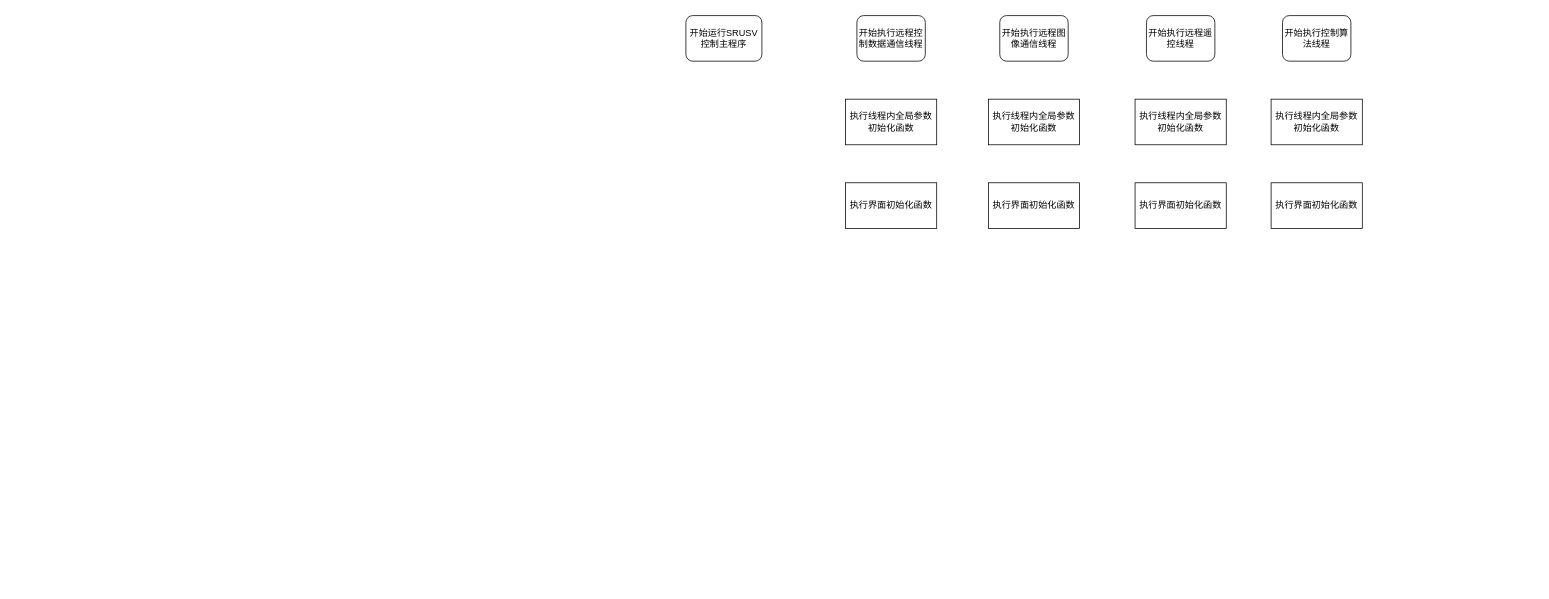
Above: 王逸琪第五章/未命名绘图.drawio in shijianhaikey/Drawio (draw.io), before the change. Source tidied: cells renumbered, new cells numbered last; positions are measured from the earlier drawing's top-left corner, leaving out a move shared by most shapes. Both pictures are drawn from the tidied source at 76%, with x=0, y=0 at pixel (686, 15).
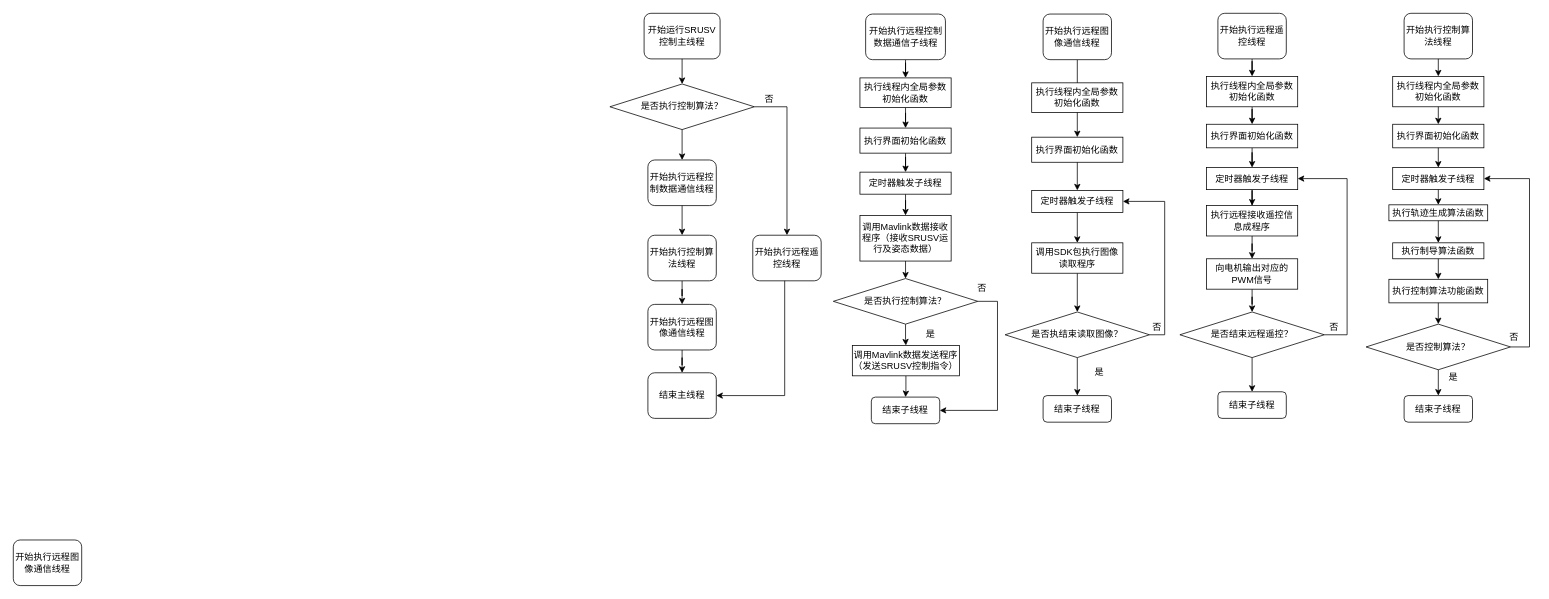
After the change.

Commit message:
更新未命名绘图.drawio

What changed in the source:
```diff
@@
+    <mxCell id="15" style="edgeStyle=orthogonalEdgeStyle;rounded=0;jettySize=auto;html=1;" parent="1" edge="1" source="2" target="3">
+      <mxGeometry relative="1" as="geometry" />
+    </mxCell>
-    <mxCell id="2" value="开始执行远程控制数据通信线程" style="rounded=1;whiteSpace=wrap;html=1;" parent="1" vertex="1">
-      <mxGeometry x="225" width="90" height="60" as="geometry" />
+    <mxCell id="2" value="开始执行远程控制数据通信子线程" style="rounded=1;whiteSpace=wrap;html=1;" parent="1" vertex="1">
+      <mxGeometry x="236.5" y="-2" width="105" height="60" as="geometry" />
     </mxCell>
+    <mxCell id="16" style="edgeStyle=orthogonalEdgeStyle;rounded=0;jettySize=auto;html=1;entryX=0.5;entryY=0;entryDx=0;entryDy=0;" parent="1" edge="1" source="3" target="4">
+      <mxGeometry relative="1" as="geometry" />
+    </mxCell>
     <mxCell id="3" value="执行线程内全局参数初始化函数" style="rounded=0;whiteSpace=wrap;html=1;" parent="1" vertex="1">
-      <mxGeometry x="210" y="110" width="120" height="60" as="geometry" />
+      <mxGeometry x="229" y="82" width="120" height="39" as="geometry" />
     </mxCell>
+    <mxCell id="17" style="edgeStyle=orthogonalEdgeStyle;rounded=0;jettySize=auto;html=1;" parent="1" edge="1" source="4" target="39">
+      <mxGeometry relative="1" as="geometry" />
+    </mxCell>
     <mxCell id="4" value="执行界面初始化函数" style="rounded=0;whiteSpace=wrap;html=1;" parent="1" vertex="1">
-      <mxGeometry x="210" y="220" width="120" height="60" as="geometry" />
+      <mxGeometry x="229" y="148" width="120" height="33" as="geometry" />
     </mxCell>
+    <mxCell id="18" style="edgeStyle=orthogonalEdgeStyle;rounded=0;jettySize=auto;html=1;" parent="1" edge="1" source="5" target="48">
+      <mxGeometry relative="1" as="geometry" />
+    </mxCell>
     <mxCell id="5" value="开始执行远程图像通信线程" style="rounded=1;whiteSpace=wrap;html=1;" parent="1" vertex="1">
-      <mxGeometry x="413" width="90" height="60" as="geometry" />
+      <mxGeometry x="470" y="-2" width="90" height="60" as="geometry" />
     </mxCell>
-    <mxCell id="6" value="执行线程内全局参数初始化函数" style="rounded=0;whiteSpace=wrap;html=1;" parent="1" vertex="1">
-      <mxGeometry x="398" y="110" width="120" height="60" as="geometry" />
-    </mxCell>
-    <mxCell id="7" value="执行界面初始化函数" style="rounded=0;whiteSpace=wrap;html=1;" parent="1" vertex="1">
-      <mxGeometry x="398" y="220" width="120" height="60" as="geometry" />
-    </mxCell>
+    <mxCell id="19" style="edgeStyle=orthogonalEdgeStyle;rounded=0;jettySize=auto;html=1;" parent="1" edge="1" source="8" target="9">
+      <mxGeometry relative="1" as="geometry" />
+    </mxCell>
     <mxCell id="8" value="开始执行远程遥控线程" style="rounded=1;whiteSpace=wrap;html=1;" parent="1" vertex="1">
-      <mxGeometry x="606" width="90" height="60" as="geometry" />
+      <mxGeometry x="700" y="-3" width="90" height="60" as="geometry" />
     </mxCell>
+    <mxCell id="20" style="edgeStyle=orthogonalEdgeStyle;rounded=0;jettySize=auto;html=1;" parent="1" edge="1" source="9" target="10">
+      <mxGeometry relative="1" as="geometry" />
+    </mxCell>
     <mxCell id="9" value="执行线程内全局参数初始化函数" style="rounded=0;whiteSpace=wrap;html=1;" parent="1" vertex="1">
-      <mxGeometry x="591" y="110" width="120" height="60" as="geometry" />
+      <mxGeometry x="685" y="80" width="120" height="40" as="geometry" />
     </mxCell>
+    <mxCell id="21" style="edgeStyle=orthogonalEdgeStyle;rounded=0;jettySize=auto;html=1;" parent="1" edge="1" source="10" target="63">
+      <mxGeometry relative="1" as="geometry" />
+    </mxCell>
     <mxCell id="10" value="执行界面初始化函数" style="rounded=0;whiteSpace=wrap;html=1;" parent="1" vertex="1">
-      <mxGeometry x="591" y="220" width="120" height="60" as="geometry" />
+      <mxGeometry x="685" y="143" width="120" height="31" as="geometry" />
     </mxCell>
     <mxCell id="11" value="开始执行控制算法线程" style="rounded=1;whiteSpace=wrap;html=1;" parent="1" vertex="1">
-      <mxGeometry x="785" width="90" height="60" as="geometry" />
+      <mxGeometry x="945" y="-3" width="90" height="60" as="geometry" />
     </mxCell>
-    <mxCell id="12" value="执行线程内全局参数初始化函数" style="rounded=0;whiteSpace=wrap;html=1;" parent="1" vertex="1">
-      <mxGeometry x="770" y="110" width="120" height="60" as="geometry" />
-    </mxCell>
-    <mxCell id="13" value="执行界面初始化函数" style="rounded=0;whiteSpace=wrap;html=1;" parent="1" vertex="1">
-      <mxGeometry x="770" y="220" width="120" height="60" as="geometry" />
-    </mxCell>
-    <mxCell id="14" value="开始运行SRUSV控制主程序" style="rounded=1;whiteSpace=wrap;html=1;" parent="1" vertex="1">
-      <mxGeometry width="100" height="60" as="geometry" />
+    <mxCell id="14" value="开始运行SRUSV控制主线程" style="rounded=1;whiteSpace=wrap;html=1;" parent="1" vertex="1">
+      <mxGeometry x="-55" y="-3" width="100" height="60" as="geometry" />
     </mxCell>
+    <mxCell id="22" value="开始执行远程控制数据通信线程" style="rounded=1;whiteSpace=wrap;html=1;" parent="1" vertex="1">
+      <mxGeometry x="-50" y="190" width="90" height="60" as="geometry" />
+    </mxCell>
+    <mxCell id="23" value="是否执行控制算法？" style="rhombus;whiteSpace=wrap;html=1;" parent="1" vertex="1">
+      <mxGeometry x="-100" y="90" width="190" height="60" as="geometry" />
+    </mxCell>
+    <mxCell id="24" style="endArrow=classic;html=1;rounded=0;exitX=0.5;exitY=1;exitDx=0;exitDy=0;" parent="1" edge="1" source="23" target="22">
+      <mxGeometry relative="1" as="geometry" />
+    </mxCell>
+    <mxCell id="25" style="endArrow=classic;html=1;rounded=0;edgeStyle=elbowEdgeStyle;entryX=1;entryY=0.5;entryDx=0;entryDy=0;" parent="1" edge="1" target="37">
+      <mxGeometry relative="1" as="geometry">
+        <mxPoint x="130" y="348" as="sourcePoint" />
+        <Array as="points">
+          <mxPoint x="130" y="498" />
+        </Array>
+      </mxGeometry>
+    </mxCell>
+    <mxCell id="26" value="是" style="text;html=1;align=center;verticalAlign=middle;whiteSpace=wrap;rounded=0;" parent="1" vertex="1">
+      <mxGeometry x="301.5" y="410" width="40" height="20" as="geometry" />
+    </mxCell>
+    <mxCell id="27" value="否" style="text;html=1;align=center;verticalAlign=middle;whiteSpace=wrap;rounded=0;" parent="1" vertex="1">
+      <mxGeometry x="90" y="100" width="40" height="20" as="geometry" />
+    </mxCell>
+    <mxCell id="28" style="endArrow=classic;html=1;rounded=0;exitX=0.5;exitY=1;exitDx=0;exitDy=0;" parent="1" edge="1" source="22" target="34">
+      <mxGeometry relative="1" as="geometry" />
+    </mxCell>
+    <mxCell id="29" style="endArrow=classic;html=1;rounded=0;edgeStyle=orthogonalEdgeStyle;exitX=1;exitY=0.5;exitDx=0;exitDy=0;entryX=0.5;entryY=0;entryDx=0;entryDy=0;" parent="1" edge="1" source="23" target="30">
+      <mxGeometry relative="1" as="geometry" />
+    </mxCell>
+    <mxCell id="30" value="开始执行远程遥控线程" style="rounded=1;whiteSpace=wrap;html=1;" parent="1" vertex="1">
+      <mxGeometry x="88" y="289" width="90" height="60" as="geometry" />
+    </mxCell>
+    <mxCell id="31" style="endArrow=classic;html=1;rounded=0;exitX=0.5;exitY=1;exitDx=0;exitDy=0;entryX=0.5;entryY=0;entryDx=0;entryDy=0;" parent="1" edge="1" source="14" target="23">
+      <mxGeometry relative="1" as="geometry" />
+    </mxCell>
+    <mxCell id="32" value="开始执行远程图像通信线程" style="rounded=1;whiteSpace=wrap;html=1;" parent="1" vertex="1">
+      <mxGeometry x="-885" y="690" width="90" height="60" as="geometry" />
+    </mxCell>
+    <mxCell id="33" style="edgeStyle=orthogonalEdgeStyle;rounded=0;jettySize=auto;html=1;" parent="1" edge="1" source="34" target="36">
+      <mxGeometry relative="1" as="geometry" />
+    </mxCell>
+    <mxCell id="34" value="开始执行控制算法线程" style="rounded=1;whiteSpace=wrap;html=1;" parent="1" vertex="1">
+      <mxGeometry x="-50" y="289" width="90" height="60" as="geometry" />
+    </mxCell>
+    <mxCell id="35" style="edgeStyle=orthogonalEdgeStyle;rounded=0;jettySize=auto;html=1;" parent="1" edge="1" source="36" target="37">
+      <mxGeometry relative="1" as="geometry" />
+    </mxCell>
+    <mxCell id="36" value="开始执行远程图像通信线程" style="rounded=1;whiteSpace=wrap;html=1;" parent="1" vertex="1">
+      <mxGeometry x="-50" y="380" width="90" height="60" as="geometry" />
+    </mxCell>
+    <mxCell id="37" value="结束主线程" style="rounded=1;whiteSpace=wrap;html=1;" parent="1" vertex="1">
+      <mxGeometry x="-50" y="470" width="90" height="60" as="geometry" />
+    </mxCell>
+    <mxCell id="38" style="edgeStyle=orthogonalEdgeStyle;rounded=0;jettySize=auto;html=1;" parent="1" edge="1" source="39" target="40">
+      <mxGeometry relative="1" as="geometry" />
+    </mxCell>
+    <mxCell id="39" value="定时器触发子线程" style="rounded=0;whiteSpace=wrap;html=1;" parent="1" vertex="1">
+      <mxGeometry x="229" y="206" width="120" height="29" as="geometry" />
+    </mxCell>
+    <mxCell id="40" value="调用Mavlink数据接收程序（接收SRUSV运行及姿态数据）" style="rounded=0;whiteSpace=wrap;html=1;" parent="1" vertex="1">
+      <mxGeometry x="229" y="263" width="120" height="60" as="geometry" />
+    </mxCell>
+    <mxCell id="41" style="edgeStyle=orthogonalEdgeStyle;rounded=0;jettySize=auto;html=1;" parent="1" edge="1" source="42" target="46">
+      <mxGeometry relative="1" as="geometry" />
+    </mxCell>
+    <mxCell id="42" value="调用Mavlink数据发送程序（发送SRUSV控制指令）" style="rounded=0;whiteSpace=wrap;html=1;" parent="1" vertex="1">
+      <mxGeometry x="219" y="434" width="141" height="40" as="geometry" />
+    </mxCell>
+    <mxCell id="43" style="edgeStyle=orthogonalEdgeStyle;rounded=0;jettySize=auto;html=1;" parent="1" edge="1" source="44" target="42">
+      <mxGeometry relative="1" as="geometry" />
+    </mxCell>
+    <mxCell id="44" value="是否执行控制算法？" style="rhombus;whiteSpace=wrap;html=1;" parent="1" vertex="1">
+      <mxGeometry x="194" y="346" width="190" height="60" as="geometry" />
+    </mxCell>
+    <mxCell id="45" style="endArrow=classic;html=1;rounded=0;exitX=0.5;exitY=1;exitDx=0;exitDy=0;" parent="1" edge="1" source="40" target="44">
+      <mxGeometry relative="1" as="geometry" />
+    </mxCell>
+    <mxCell id="46" value="结束子线程" style="rounded=1;whiteSpace=wrap;html=1;" parent="1" vertex="1">
+      <mxGeometry x="244" y="502" width="90" height="35" as="geometry" />
+    </mxCell>
+    <mxCell id="47" value="执行线程内全局参数初始化函数" style="rounded=0;whiteSpace=wrap;html=1;" parent="1" vertex="1">
+      <mxGeometry x="455" y="88.5" width="120" height="39" as="geometry" />
+    </mxCell>
+    <mxCell id="48" value="执行界面初始化函数" style="rounded=0;whiteSpace=wrap;html=1;" parent="1" vertex="1">
+      <mxGeometry x="455" y="160" width="120" height="33" as="geometry" />
+    </mxCell>
+    <mxCell id="49" style="edgeStyle=orthogonalEdgeStyle;rounded=0;jettySize=auto;html=1;" parent="1" edge="1" source="50" target="52">
+      <mxGeometry relative="1" as="geometry" />
+    </mxCell>
+    <mxCell id="50" value="定时器触发子线程" style="rounded=0;whiteSpace=wrap;html=1;" parent="1" vertex="1">
+      <mxGeometry x="455" y="230" width="120" height="29" as="geometry" />
+    </mxCell>
+    <mxCell id="51" style="edgeStyle=orthogonalEdgeStyle;rounded=0;jettySize=auto;html=1;" parent="1" edge="1" source="52" target="55">
+      <mxGeometry relative="1" as="geometry" />
+    </mxCell>
+    <mxCell id="52" value="调用SDK包执行图像读取程序" style="rounded=0;whiteSpace=wrap;html=1;" parent="1" vertex="1">
+      <mxGeometry x="455" y="299" width="120" height="40" as="geometry" />
+    </mxCell>
+    <mxCell id="53" style="endArrow=classic;html=1;rounded=0;exitX=0.5;exitY=1;exitDx=0;exitDy=0;entryX=0.5;entryY=0;entryDx=0;entryDy=0;" parent="1" edge="1" source="48" target="50">
+      <mxGeometry relative="1" as="geometry" />
+    </mxCell>
+    <mxCell id="54" style="edgeStyle=orthogonalEdgeStyle;rounded=0;jettySize=auto;html=1;" parent="1" edge="1" source="55" target="56">
+      <mxGeometry relative="1" as="geometry" />
+    </mxCell>
+    <mxCell id="55" value="是否执结束读取图像？" style="rhombus;whiteSpace=wrap;html=1;" parent="1" vertex="1">
+      <mxGeometry x="420" y="390" width="190" height="60" as="geometry" />
+    </mxCell>
+    <mxCell id="56" value="结束子线程" style="rounded=1;whiteSpace=wrap;html=1;" parent="1" vertex="1">
+      <mxGeometry x="470" y="500" width="90" height="35" as="geometry" />
+    </mxCell>
+    <mxCell id="57" style="endArrow=classic;html=1;rounded=0;edgeStyle=elbowEdgeStyle;entryX=1;entryY=0.5;entryDx=0;entryDy=0;exitX=1;exitY=0.5;exitDx=0;exitDy=0;" parent="1" edge="1" source="44" target="46">
+      <mxGeometry relative="1" as="geometry">
+        <Array as="points">
+          <mxPoint x="410" y="450" />
+        </Array>
+      </mxGeometry>
+    </mxCell>
+    <mxCell id="58" style="endArrow=classic;html=1;rounded=0;edgeStyle=elbowEdgeStyle;exitX=1;exitY=0.5;exitDx=0;exitDy=0;entryX=1;entryY=0.5;entryDx=0;entryDy=0;" parent="1" edge="1" source="55" target="50">
+      <mxGeometry relative="1" as="geometry">
+        <Array as="points">
+          <mxPoint x="630" y="370" />
+        </Array>
+      </mxGeometry>
+    </mxCell>
+    <mxCell id="59" value="是" style="text;html=1;align=center;verticalAlign=middle;whiteSpace=wrap;rounded=0;" parent="1" vertex="1">
+      <mxGeometry x="524" y="460" width="40" height="20" as="geometry" />
+    </mxCell>
+    <mxCell id="60" value="否" style="text;html=1;align=center;verticalAlign=middle;whiteSpace=wrap;rounded=0;" parent="1" vertex="1">
+      <mxGeometry x="600" y="400" width="40" height="20" as="geometry" />
+    </mxCell>
+    <mxCell id="61" value="否" style="text;html=1;align=center;verticalAlign=middle;whiteSpace=wrap;rounded=0;" parent="1" vertex="1">
+      <mxGeometry x="370" y="349" width="40" height="20" as="geometry" />
+    </mxCell>
+    <mxCell id="62" style="edgeStyle=orthogonalEdgeStyle;rounded=0;jettySize=auto;html=1;" parent="1" edge="1" source="63" target="65">
+      <mxGeometry relative="1" as="geometry" />
+    </mxCell>
+    <mxCell id="63" value="定时器触发子线程" style="rounded=0;whiteSpace=wrap;html=1;" parent="1" vertex="1">
+      <mxGeometry x="685" y="200" width="120" height="29" as="geometry" />
+    </mxCell>
+    <mxCell id="64" style="edgeStyle=orthogonalEdgeStyle;rounded=0;jettySize=auto;html=1;" parent="1" edge="1" source="65" target="67">
+      <mxGeometry relative="1" as="geometry" />
+    </mxCell>
+    <mxCell id="65" value="执行远程接收遥控信息成程序" style="rounded=0;whiteSpace=wrap;html=1;" parent="1" vertex="1">
+      <mxGeometry x="685" y="250" width="120" height="40" as="geometry" />
+    </mxCell>
+    <mxCell id="66" style="edgeStyle=orthogonalEdgeStyle;rounded=0;jettySize=auto;html=1;" parent="1" edge="1" source="67" target="69">
+      <mxGeometry relative="1" as="geometry" />
+    </mxCell>
+    <mxCell id="67" value="向电机输出对应的PWM信号" style="rounded=0;whiteSpace=wrap;html=1;" parent="1" vertex="1">
+      <mxGeometry x="685" y="320" width="120" height="40" as="geometry" />
+    </mxCell>
+    <mxCell id="68" style="edgeStyle=orthogonalEdgeStyle;rounded=0;jettySize=auto;html=1;" parent="1" edge="1" source="69" target="70">
+      <mxGeometry relative="1" as="geometry" />
+    </mxCell>
+    <mxCell id="69" value="是否结束远程遥控？" style="rhombus;whiteSpace=wrap;html=1;" parent="1" vertex="1">
+      <mxGeometry x="650" y="390" width="190" height="60" as="geometry" />
+    </mxCell>
+    <mxCell id="70" value="结束子线程" style="rounded=1;whiteSpace=wrap;html=1;" parent="1" vertex="1">
+      <mxGeometry x="700" y="495" width="90" height="35" as="geometry" />
+    </mxCell>
+    <mxCell id="71" value="是" style="text;html=1;align=center;verticalAlign=middle;whiteSpace=wrap;rounded=0;" parent="1" vertex="1">
+      <mxGeometry x="990" y="466" width="40" height="20" as="geometry" />
+    </mxCell>
+    <mxCell id="72" style="endArrow=classic;html=1;rounded=0;edgeStyle=elbowEdgeStyle;exitX=1;exitY=0.5;exitDx=0;exitDy=0;entryX=1;entryY=0.5;entryDx=0;entryDy=0;" parent="1" edge="1" source="69" target="63">
+      <mxGeometry relative="1" as="geometry">
+        <Array as="points">
+          <mxPoint x="870" y="350" />
+        </Array>
+      </mxGeometry>
+    </mxCell>
+    <mxCell id="73" value="否" style="text;html=1;align=center;verticalAlign=middle;whiteSpace=wrap;rounded=0;" parent="1" vertex="1">
+      <mxGeometry x="833" y="400" width="40" height="20" as="geometry" />
+    </mxCell>
+    <mxCell id="74" value="执行线程内全局参数初始化函数" style="rounded=0;whiteSpace=wrap;html=1;" parent="1" vertex="1">
+      <mxGeometry x="930" y="80" width="120" height="40" as="geometry" />
+    </mxCell>
+    <mxCell id="75" value="执行界面初始化函数" style="rounded=0;whiteSpace=wrap;html=1;" parent="1" vertex="1">
+      <mxGeometry x="930" y="143" width="120" height="31" as="geometry" />
+    </mxCell>
+    <mxCell id="76" value="定时器触发子线程" style="rounded=0;whiteSpace=wrap;html=1;" parent="1" vertex="1">
+      <mxGeometry x="930" y="200" width="120" height="29" as="geometry" />
+    </mxCell>
+    <mxCell id="77" value="执行轨迹生成算法函数" style="rounded=0;whiteSpace=wrap;html=1;" parent="1" vertex="1">
+      <mxGeometry x="925" y="249" width="130" height="21" as="geometry" />
+    </mxCell>
+    <mxCell id="78" value="执行制导算法函数" style="rounded=0;whiteSpace=wrap;html=1;" parent="1" vertex="1">
+      <mxGeometry x="930" y="299" width="120" height="21" as="geometry" />
+    </mxCell>
+    <mxCell id="79" value="执行控制算法功能函数" style="rounded=0;whiteSpace=wrap;html=1;" parent="1" vertex="1">
+      <mxGeometry x="925" y="347" width="130" height="31" as="geometry" />
+    </mxCell>
+    <mxCell id="80" value="结束子线程" style="rounded=1;whiteSpace=wrap;html=1;" parent="1" vertex="1">
+      <mxGeometry x="945" y="500" width="90" height="35" as="geometry" />
+    </mxCell>
+    <mxCell id="81" value="是否控制算法？" style="rhombus;whiteSpace=wrap;html=1;" parent="1" vertex="1">
+      <mxGeometry x="895" y="406" width="190" height="60" as="geometry" />
+    </mxCell>
+    <mxCell id="82" style="endArrow=classic;html=1;rounded=0;exitX=0.5;exitY=1;exitDx=0;exitDy=0;" parent="1" edge="1" source="11" target="74">
+      <mxGeometry relative="1" as="geometry" />
+    </mxCell>
+    <mxCell id="83" style="endArrow=classic;html=1;rounded=0;exitX=0.5;exitY=1;exitDx=0;exitDy=0;entryX=0.5;entryY=0;entryDx=0;entryDy=0;" parent="1" edge="1" source="74" target="75">
+      <mxGeometry relative="1" as="geometry" />
+    </mxCell>
+    <mxCell id="84" style="endArrow=classic;html=1;rounded=0;exitX=0.5;exitY=1;exitDx=0;exitDy=0;" parent="1" edge="1" source="75" target="76">
+      <mxGeometry relative="1" as="geometry" />
+    </mxCell>
+    <mxCell id="85" style="endArrow=classic;html=1;rounded=0;exitX=0.5;exitY=1;exitDx=0;exitDy=0;" parent="1" edge="1" source="76" target="77">
+      <mxGeometry relative="1" as="geometry" />
+    </mxCell>
+    <mxCell id="86" style="endArrow=classic;html=1;rounded=0;exitX=0.5;exitY=1;exitDx=0;exitDy=0;" parent="1" edge="1" source="77" target="78">
+      <mxGeometry relative="1" as="geometry" />
+    </mxCell>
+    <mxCell id="87" style="endArrow=classic;html=1;rounded=0;exitX=0.5;exitY=1;exitDx=0;exitDy=0;" parent="1" edge="1" source="78" target="79">
+      <mxGeometry relative="1" as="geometry" />
+    </mxCell>
+    <mxCell id="88" style="endArrow=classic;html=1;rounded=0;exitX=0.5;exitY=1;exitDx=0;exitDy=0;entryX=0.5;entryY=0;entryDx=0;entryDy=0;" parent="1" edge="1" source="79" target="81">
+      <mxGeometry relative="1" as="geometry" />
+    </mxCell>
+    <mxCell id="89" style="endArrow=classic;html=1;rounded=0;exitX=0.5;exitY=1;exitDx=0;exitDy=0;entryX=0.5;entryY=0;entryDx=0;entryDy=0;" parent="1" edge="1" source="81" target="80">
+      <mxGeometry relative="1" as="geometry" />
+    </mxCell>
+    <mxCell id="90" style="endArrow=classic;html=1;rounded=0;edgeStyle=elbowEdgeStyle;" parent="1" edge="1" source="81" target="76">
+      <mxGeometry relative="1" as="geometry">
+        <Array as="points">
+          <mxPoint x="1110" y="320" />
+        </Array>
+      </mxGeometry>
+    </mxCell>
+    <mxCell id="91" value="否" style="text;html=1;align=center;verticalAlign=middle;whiteSpace=wrap;rounded=0;" parent="1" vertex="1">
+      <mxGeometry x="1070" y="413" width="40" height="20" as="geometry" />
+    </mxCell>
```
